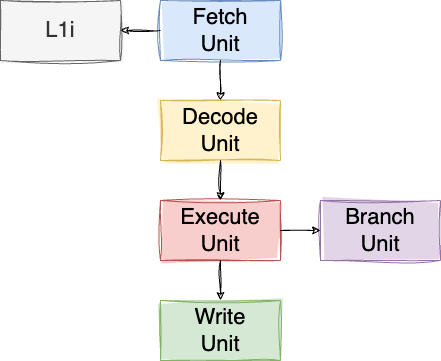
Above: res/majorana-mvp-3.drawio.png in teivah/majorana (draw.io), before the change. Source tidied: cells renumbered, new cells last; positions are measured from the earlier drawing's top-left corner, leaving out a move shared by most shapes.
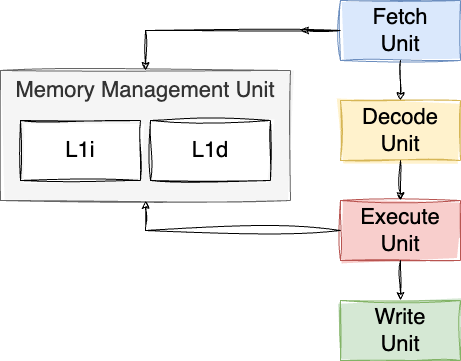
The same file after the commit.

What changed in the source:
```diff
@@ -25,17 +25,27 @@
     <mxCell id="8" style="endArrow=classic;html=1;rounded=0;sketch=1;curveFitting=1;jiggle=2;entryX=0.5;entryY=0;entryDx=0;entryDy=0;exitX=0.5;exitY=1;exitDx=0;exitDy=0;" parent="1" edge="1" source="5" target="6">
       <mxGeometry relative="1" as="geometry" />
     </mxCell>
+    <mxCell id="10" style="endArrow=classic;html=1;rounded=0;exitX=0;exitY=0.5;exitDx=0;exitDy=0;sketch=1;curveFitting=1;jiggle=2;entryX=1;entryY=0.5;entryDx=0;entryDy=0;" parent="1" edge="1" source="2">
+      <mxGeometry relative="1" as="geometry">
+        <mxPoint x="120" y="30" as="targetPoint" />
+      </mxGeometry>
+    </mxCell>
+    <mxCell id="13" value="Memory Management Unit" style="rounded=0;whiteSpace=wrap;html=1;sketch=1;curveFitting=1;jiggle=2;fontSize=22;fillStyle=solid;fillColor=#f5f5f5;fontColor=#333333;strokeColor=#666666;verticalAlign=top;" parent="1" vertex="1">
+      <mxGeometry x="-180" y="70" width="290" height="130" as="geometry" />
+    </mxCell>
-    <mxCell id="9" value="L1i" style="rounded=0;whiteSpace=wrap;html=1;sketch=1;curveFitting=1;jiggle=2;fontSize=22;fillStyle=solid;fillColor=#f5f5f5;fontColor=#333333;strokeColor=#666666;" parent="1" vertex="1">
-      <mxGeometry width="120" height="60" as="geometry" />
+    <mxCell id="9" value="L1i" style="rounded=0;whiteSpace=wrap;html=1;sketch=1;curveFitting=1;jiggle=2;fontSize=22;fillStyle=solid;" parent="1" vertex="1">
+      <mxGeometry x="-160" y="120" width="120" height="60" as="geometry" />
     </mxCell>
-    <mxCell id="10" style="endArrow=classic;html=1;rounded=0;exitX=0;exitY=0.5;exitDx=0;exitDy=0;sketch=1;curveFitting=1;jiggle=2;entryX=1;entryY=0.5;entryDx=0;entryDy=0;" parent="1" edge="1" source="2" target="9">
-      <mxGeometry relative="1" as="geometry" />
-    </mxCell>
-    <mxCell id="11" value="Branch&lt;br&gt;Unit" style="rounded=0;whiteSpace=wrap;html=1;sketch=1;curveFitting=1;jiggle=2;fontSize=22;fillStyle=solid;fillColor=#e1d5e7;strokeColor=#9673a6;" parent="1" vertex="1">
-      <mxGeometry x="320" y="200" width="120" height="60" as="geometry" />
-    </mxCell>
-    <mxCell id="12" style="endArrow=classic;html=1;rounded=0;sketch=1;curveFitting=1;jiggle=2;entryX=0;entryY=0.5;entryDx=0;entryDy=0;exitX=1;exitY=0.5;exitDx=0;exitDy=0;" parent="1" edge="1" source="5" target="11">
-      <mxGeometry relative="1" as="geometry" />
-    </mxCell>
+    <mxCell id="14" value="L1d" style="rounded=0;whiteSpace=wrap;html=1;sketch=1;curveFitting=1;jiggle=2;fontSize=22;fillStyle=solid;" parent="1" vertex="1">
+      <mxGeometry x="-30" y="120" width="120" height="60" as="geometry" />
+    </mxCell>
+    <mxCell id="15" style="endArrow=classic;html=1;rounded=0;exitX=0;exitY=0.5;exitDx=0;exitDy=0;sketch=1;curveFitting=1;jiggle=2;entryX=0.5;entryY=0;entryDx=0;entryDy=0;edgeStyle=orthogonalEdgeStyle;" parent="1" edge="1" target="13">
+      <mxGeometry relative="1" as="geometry">
+        <mxPoint x="160" y="30" as="sourcePoint" />
+      </mxGeometry>
+    </mxCell>
+    <mxCell id="16" style="endArrow=classic;html=1;rounded=0;exitX=0;exitY=0.5;exitDx=0;exitDy=0;sketch=1;curveFitting=1;jiggle=2;entryX=0.5;entryY=1;entryDx=0;entryDy=0;edgeStyle=orthogonalEdgeStyle;" parent="1" edge="1" source="5" target="13">
+      <mxGeometry relative="1" as="geometry" />
+    </mxCell>
   </root>
 </mxGraphModel>
```
